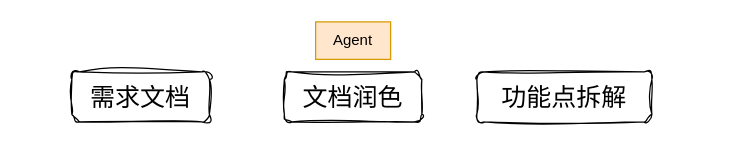
skindhu/9GAG keeps this draw.io diagram as copilot_workspace.drawio. Above is the earlier version. Source tidied: cells renumbered, new cells numbered last; positions are measured from the earlier drawing's top-left corner, leaving out a move shared by most shapes. Both pictures are drawn from the tidied source at 125%, with x=0, y=0 at pixel (71, 21).
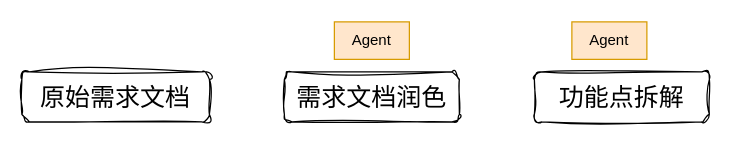
Above is the later version.

What changed in the source:
```diff
@@
 <mxGraphModel>
   <root>
     <mxCell id="0" />
     <mxCell id="1" parent="0" />
-    <mxCell id="2" value="需求文档" style="rounded=1;whiteSpace=wrap;html=1;fontSize=20;shadow=0;sketch=1;curveFitting=1;jiggle=2;" parent="1" vertex="1">
-      <mxGeometry y="40" width="110" height="40" as="geometry" />
+    <mxCell id="2" value="原始需求文档" style="rounded=1;whiteSpace=wrap;html=1;fontSize=20;shadow=0;sketch=1;curveFitting=1;jiggle=2;" parent="1" vertex="1">
+      <mxGeometry x="-40" y="40" width="150" height="40" as="geometry" />
     </mxCell>
-    <mxCell id="3" value="文档润色" style="rounded=1;whiteSpace=wrap;html=1;fontSize=20;sketch=1;curveFitting=1;jiggle=2;glass=0;" parent="1" vertex="1">
-      <mxGeometry x="170" y="40" width="110" height="40" as="geometry" />
+    <mxCell id="3" value="需求文档润色" style="rounded=1;whiteSpace=wrap;html=1;fontSize=20;sketch=1;curveFitting=1;jiggle=2;glass=0;" parent="1" vertex="1">
+      <mxGeometry x="170" y="40" width="140" height="40" as="geometry" />
     </mxCell>
     <mxCell id="4" value="Agent" style="text;html=1;align=center;verticalAlign=middle;whiteSpace=wrap;rounded=0;fillColor=#ffe6cc;strokeColor=#d79b00;" parent="1" vertex="1">
-      <mxGeometry x="195" width="60" height="30" as="geometry" />
+      <mxGeometry x="210" width="60" height="30" as="geometry" />
     </mxCell>
     <mxCell id="5" value="功能点拆解" style="rounded=1;whiteSpace=wrap;html=1;fontSize=20;sketch=1;curveFitting=1;jiggle=2;glass=0;" parent="1" vertex="1">
-      <mxGeometry x="324" y="40" width="140" height="40" as="geometry" />
+      <mxGeometry x="370" y="40" width="140" height="40" as="geometry" />
     </mxCell>
+    <mxCell id="6" value="Agent" style="text;html=1;align=center;verticalAlign=middle;whiteSpace=wrap;rounded=0;fillColor=#ffe6cc;strokeColor=#d79b00;" parent="1" vertex="1">
+      <mxGeometry x="400" width="60" height="30" as="geometry" />
+    </mxCell>
   </root>
 </mxGraphModel>
```
